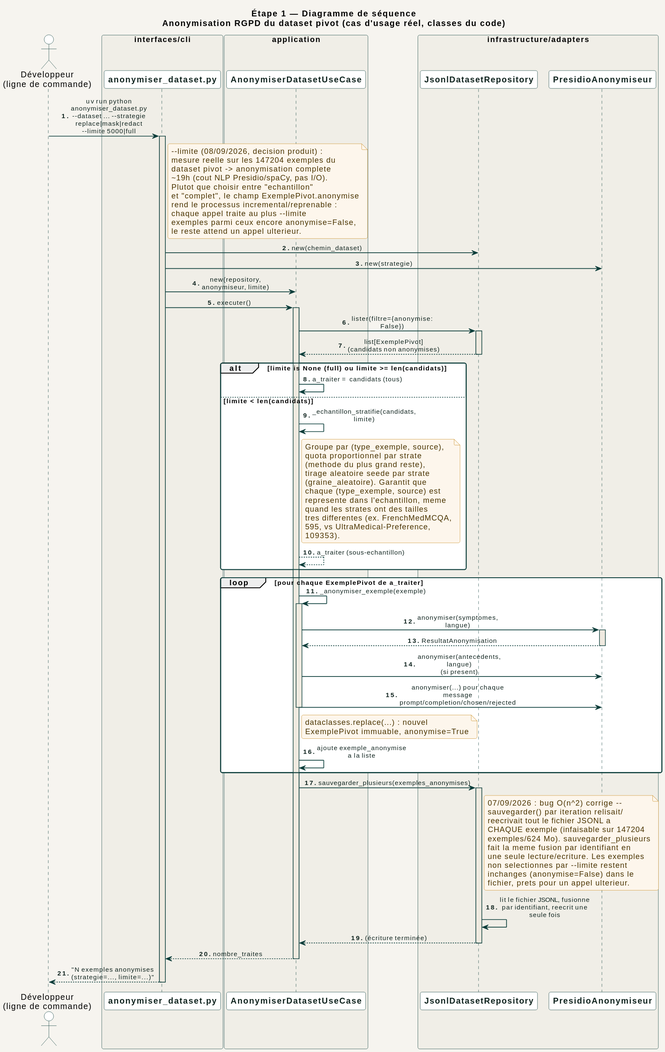
Earlier version of the PlantUML export docs/diagrams/02_etape1_donnees/sequence/anonymiser_dataset.svg (racemartin/m14_ocr). The source it was exported from:
```plantuml
@startuml
!include ../../_common/estilo.iuml

title Étape 1 — Diagramme de séquence\nAnonymisation RGPD du dataset pivot (cas d'usage réel, classes du code)

actor "Développeur\n(ligne de commande)" as Dev

box "interfaces/cli" #F0EEE7
  participant "anonymiser_dataset.py" as CLI
end box

box "application" #F0EEE7
  participant "AnonymiserDatasetUseCase" as UC
end box

box "infrastructure/adapters" #F0EEE7
  participant "JsonlDatasetRepository" as Repo
  participant "PresidioAnonymiseur" as Anonymiseur
end box

autonumber "<b>0."

Dev -> CLI : uv run python anonymiser_dataset.py\n~-~-dataset ... ~-~-strategie replace|mask|redact\n~-~-limite 5000|full
activate CLI

note right of CLI
  ~-~-limite (08/09/2026, decision produit) :
  mesure reelle sur les 147204 exemples du
  dataset pivot -> anonymisation complete
  ~19h (cout NLP Presidio/spaCy, pas I/O).
  Plutot que choisir entre "echantillon"
  et "complet", le champ ExemplePivot.anonymise
  rend le processus incremental/reprenable :
  chaque appel traite au plus ~-~-limite
  exemples parmi ceux encore anonymise=False,
  le reste attend un appel ulterieur.
end note

CLI -> Repo : new(chemin_dataset)
CLI -> Anonymiseur : new(strategie)
CLI -> UC : new(repository, anonymiseur, limite)

CLI -> UC : executer()
activate UC

UC -> Repo : lister(filtre={anonymise: False})
activate Repo
Repo --> UC : list[ExemplePivot] (candidats non anonymises)
deactivate Repo

alt limite is None (full) ou limite >= len(candidats)
  UC -> UC : a_traiter = candidats (tous)
else limite < len(candidats)
  UC -> UC : _echantillon_stratifie(candidats, limite)
  note right of UC
    Groupe par (type_exemple, source),
    quota proportionnel par strate
    (methode du plus grand reste),
    tirage aleatoire seede par strate
    (graine_aleatoire). Garantit que
    chaque (type_exemple, source) est
    represente dans l'echantillon, meme
    quand les strates ont des tailles
    tres differentes (ex. FrenchMedMCQA,
    595, vs UltraMedical-Preference,
    109353).
  end note
  UC --> UC : a_traiter (sous-echantillon)
end

loop pour chaque ExemplePivot de a_traiter
  UC -> UC : _anonymiser_exemple(exemple)
  activate UC
  UC -> Anonymiseur : anonymiser(symptomes, langue)
  activate Anonymiseur
  Anonymiseur --> UC : ResultatAnonymisation
  deactivate Anonymiseur
  UC -> Anonymiseur : anonymiser(antecedents, langue)\n(si present)
  UC -> Anonymiseur : anonymiser(...) pour chaque\nmessage prompt/completion/chosen/rejected
  note right of UC
    dataclasses.replace(...) : nouvel
    ExemplePivot immuable, anonymise=True
  end note
  deactivate UC
  UC -> UC : ajoute exemple_anonymise a la liste
end

UC -> Repo : sauvegarder_plusieurs(exemples_anonymises)
activate Repo
note right of Repo
  07/09/2026 : bug O(n^2) corrige --
  sauvegarder() par iteration relisait/
  reecrivait tout le fichier JSONL a
  CHAQUE exemple (infaisable sur 147204
  exemples/624 Mo). sauvegarder_plusieurs
  fait la meme fusion par identifiant en
  une seule lecture/ecriture. Les exemples
  non selectionnes par ~-~-limite restent
  inchanges (anonymise=False) dans le
  fichier, prets pour un appel ulterieur.
end note
Repo -> Repo : lit le fichier JSONL, fusionne\npar identifiant, reecrit une seule fois
Repo --> UC : (écriture terminée)
deactivate Repo

UC --> CLI : nombre_traites
deactivate UC

CLI --> Dev : "N exemples anonymises (strategie=..., limite=...)"
deactivate CLI
@enduml
```
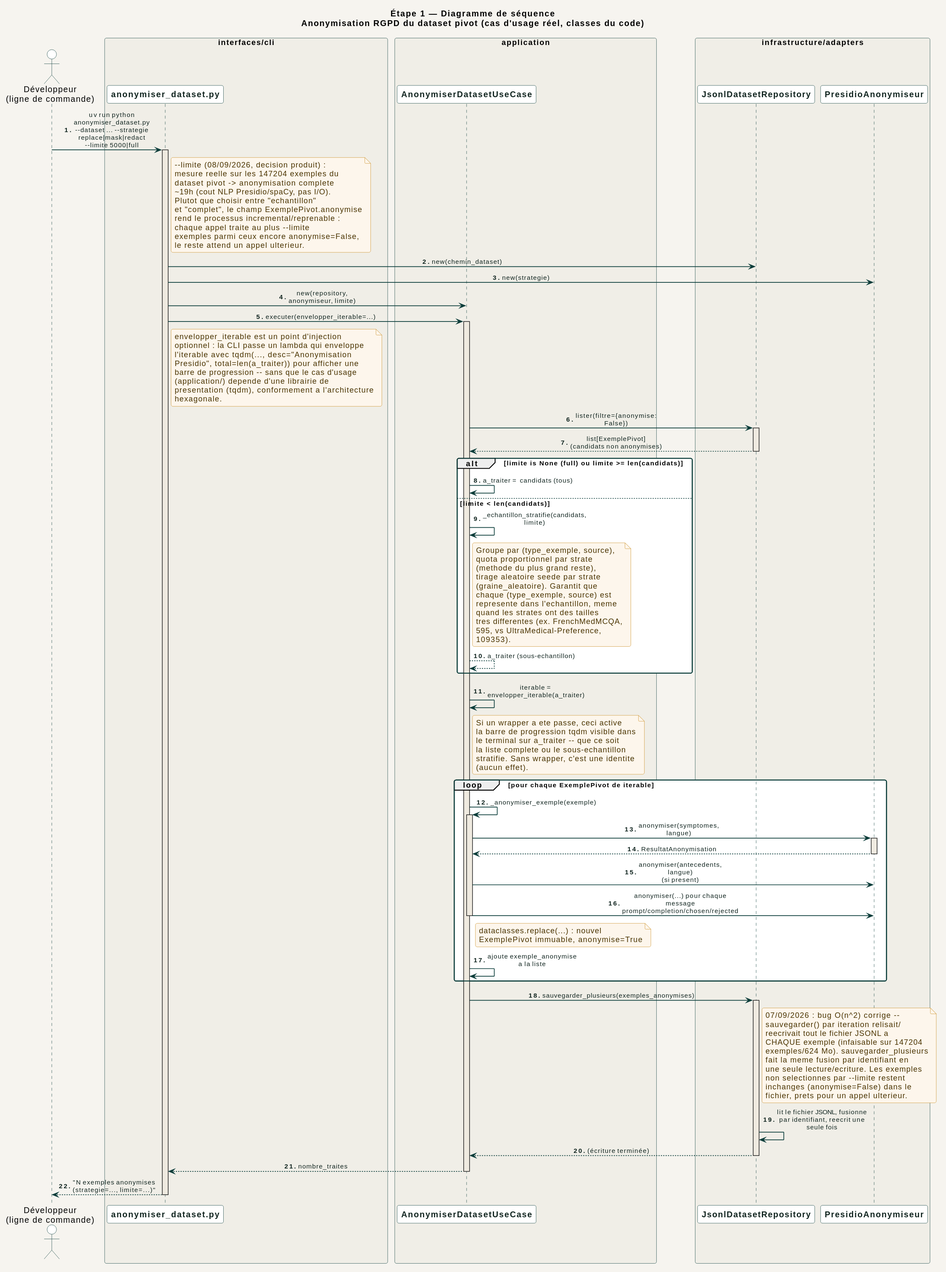
Above is the later version.

Commit message:
docs(diagrams): documenter la barre de progression tqdm dans anonymiser_dataset

Change to the diagram source:
```diff
@@ -40,8 +40,19 @@
 CLI -> Anonymiseur : new(strategie)
 CLI -> UC : new(repository, anonymiseur, limite)
 
-CLI -> UC : executer()
+CLI -> UC : executer(envelopper_iterable=...)
 activate UC
+
+note right of CLI
+  envelopper_iterable est un point d'injection
+  optionnel : la CLI passe un lambda qui enveloppe
+  l'iterable avec tqdm(..., desc="Anonymisation
+  Presidio", total=len(a_traiter)) pour afficher une
+  barre de progression -- sans que le cas d'usage
+  (application/) depende d'une librairie de
+  presentation (tqdm), conformement a l'architecture
+  hexagonale.
+end note
 
 UC -> Repo : lister(filtre={anonymise: False})
 activate Repo
@@ -68,7 +79,17 @@
   UC --> UC : a_traiter (sous-echantillon)
 end
 
-loop pour chaque ExemplePivot de a_traiter
+UC -> UC : iterable = envelopper_iterable(a_traiter)
+note right of UC
+  Si un wrapper a ete passe, ceci active
+  la barre de progression tqdm visible dans
+  le terminal sur a_traiter -- que ce soit
+  la liste complete ou le sous-echantillon
+  stratifie. Sans wrapper, c'est une identite
+  (aucun effet).
+end note
+
+loop pour chaque ExemplePivot de iterable
   UC -> UC : _anonymiser_exemple(exemple)
   activate UC
   UC -> Anonymiseur : anonymiser(symptomes, langue)
```
